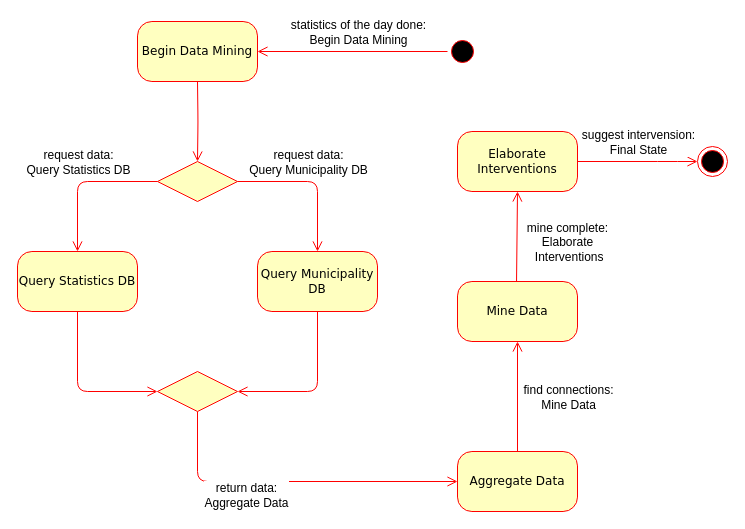
Above: RASD/diagrams/mineForInterventions.drawio in GiorgioUghini/SafeStreets (draw.io), before the change. Source tidied: cells renumbered, new cells numbered last; positions are measured from the earlier drawing's top-left corner, leaving out a move shared by most shapes. Both pictures are drawn from the tidied source at 100%, with x=0, y=0 at pixel (17, 21).
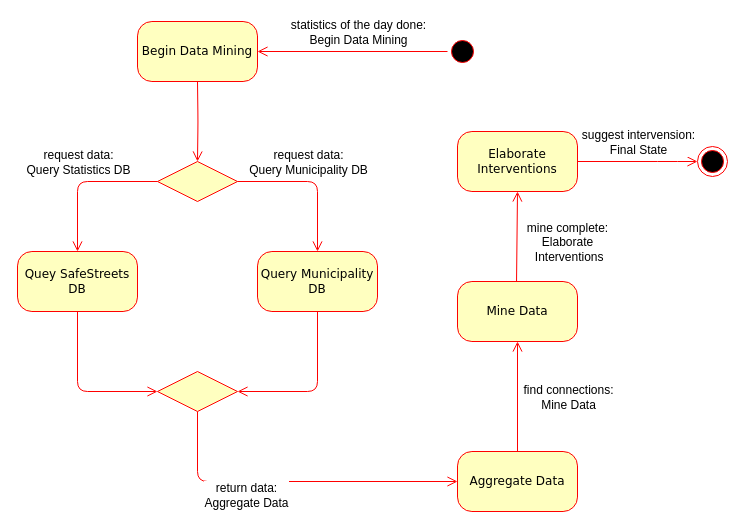
After the change.

Commit message (it also covers changes not shown here):
Modify 2.3.2 2.3.3 diagrams RASD after DD

The edit, as a diff of the source:
```diff
@@
-    <mxCell id="13" value="Query Statistics DB" style="rounded=1;whiteSpace=wrap;html=1;arcSize=24;fillColor=#ffffc0;strokeColor=#ff0000;shadow=0;comic=0;labelBackgroundColor=none;fontFamily=Verdana;fontSize=12;fontColor=#000000;align=center;" parent="1" vertex="1">
+    <mxCell id="13" value="Quey SafeStreets&lt;br&gt;DB" style="rounded=1;whiteSpace=wrap;html=1;arcSize=24;fillColor=#ffffc0;strokeColor=#ff0000;shadow=0;comic=0;labelBackgroundColor=none;fontFamily=Verdana;fontSize=12;fontColor=#000000;align=center;" parent="1" vertex="1">
       <mxGeometry y="230" width="120" height="60" as="geometry" />
     </mxCell>
```
